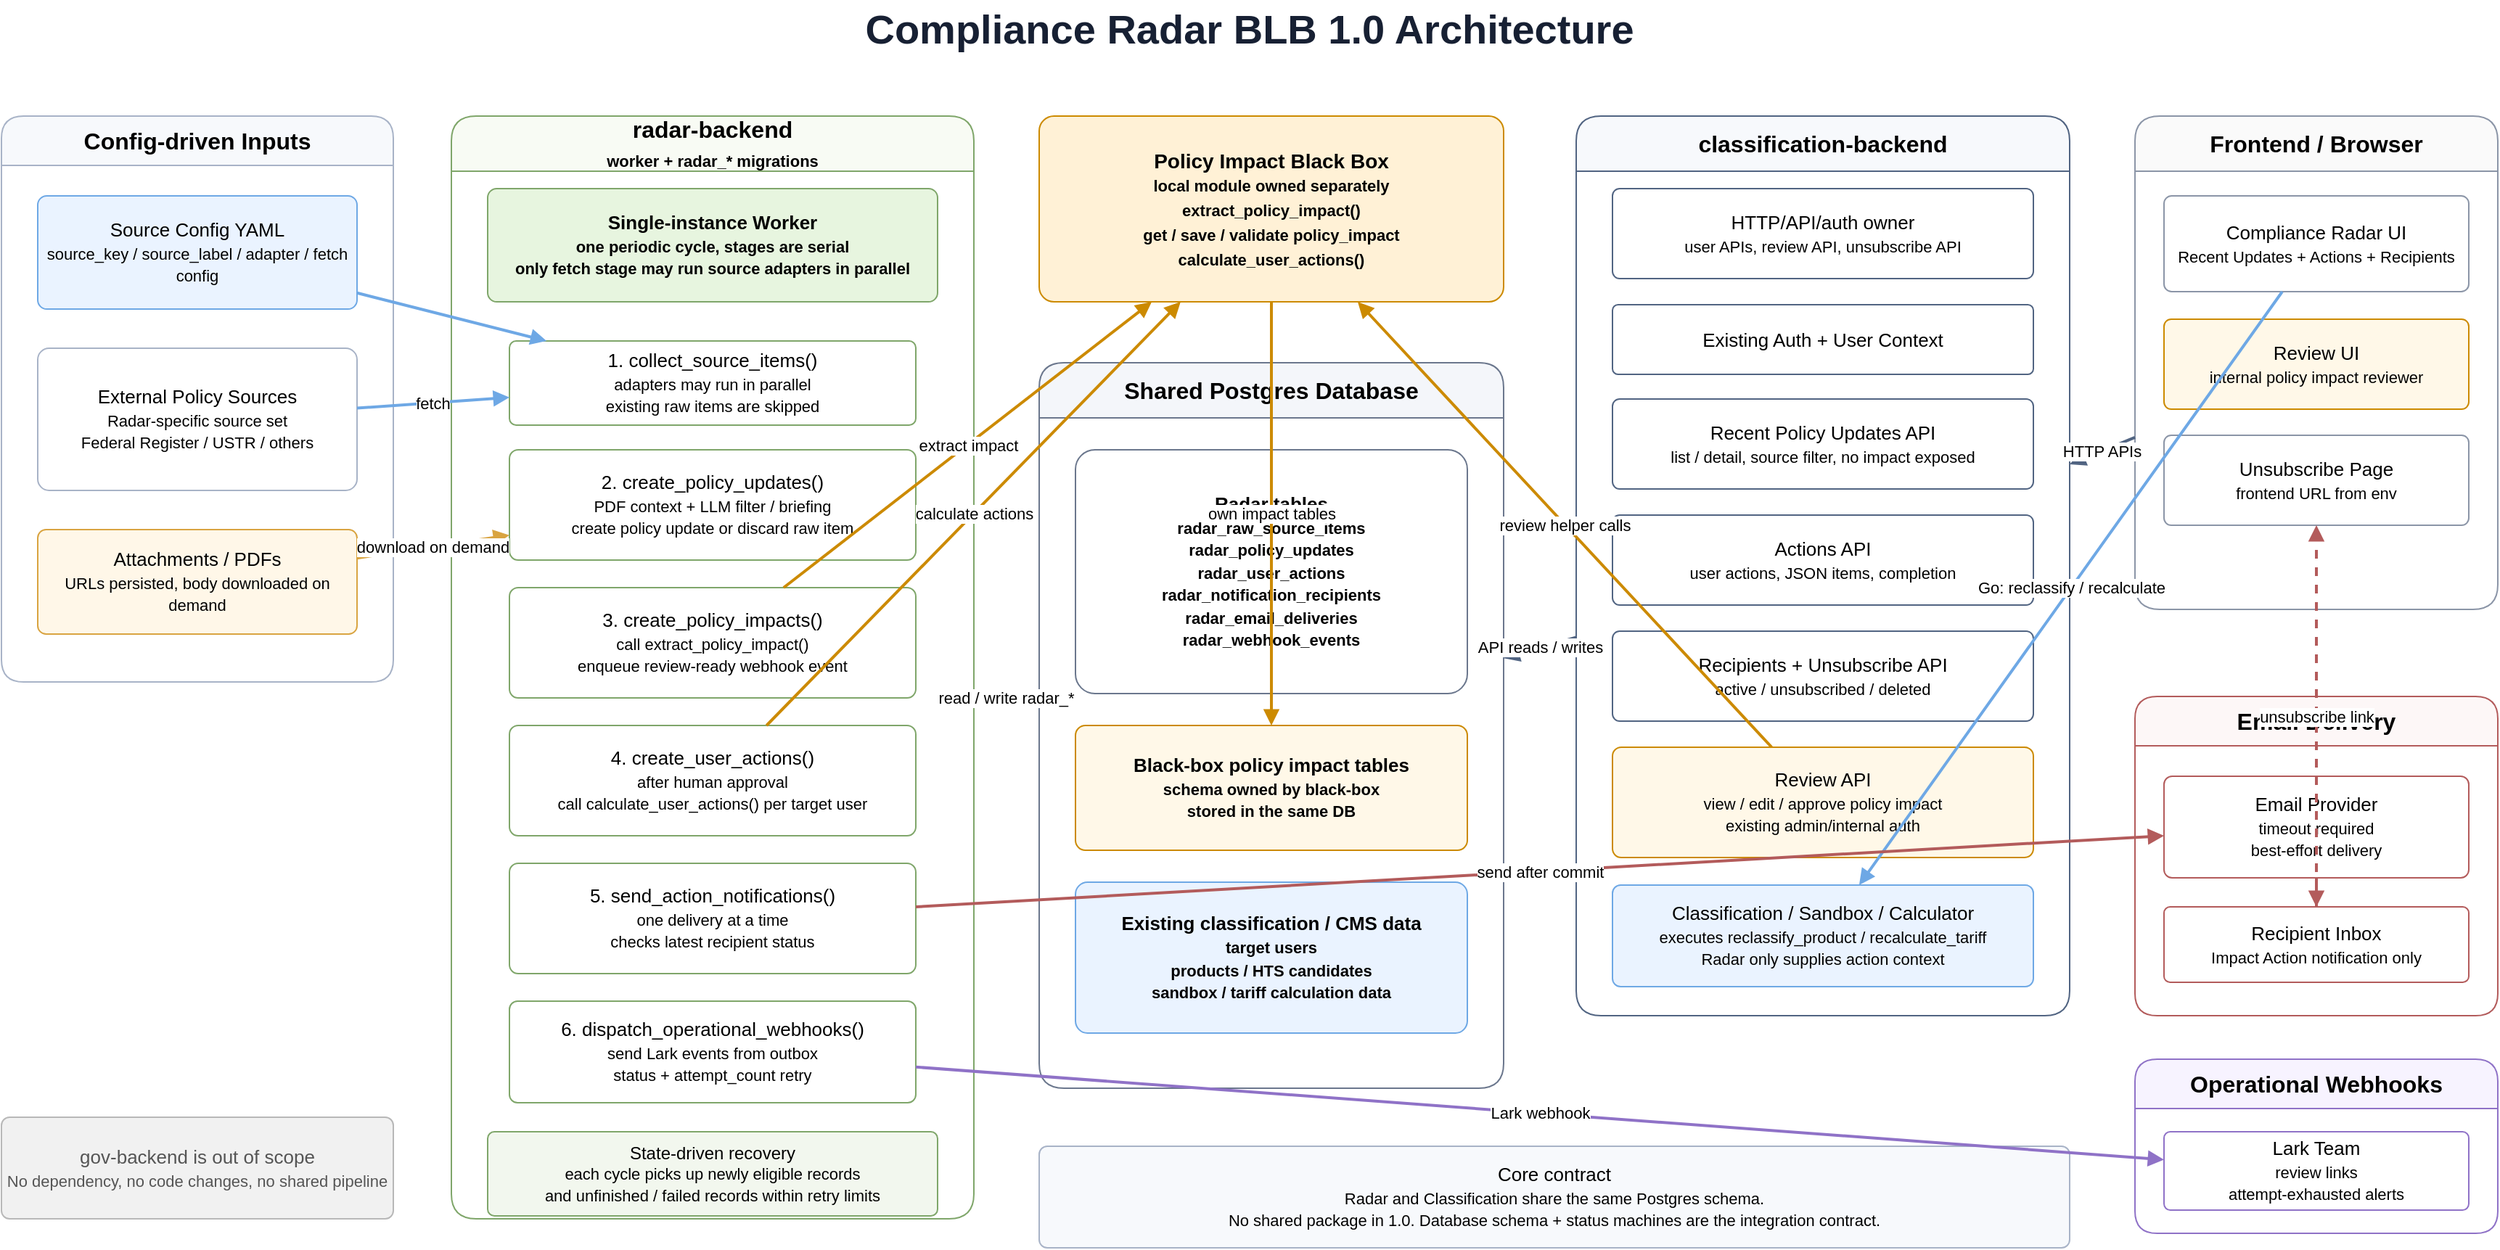
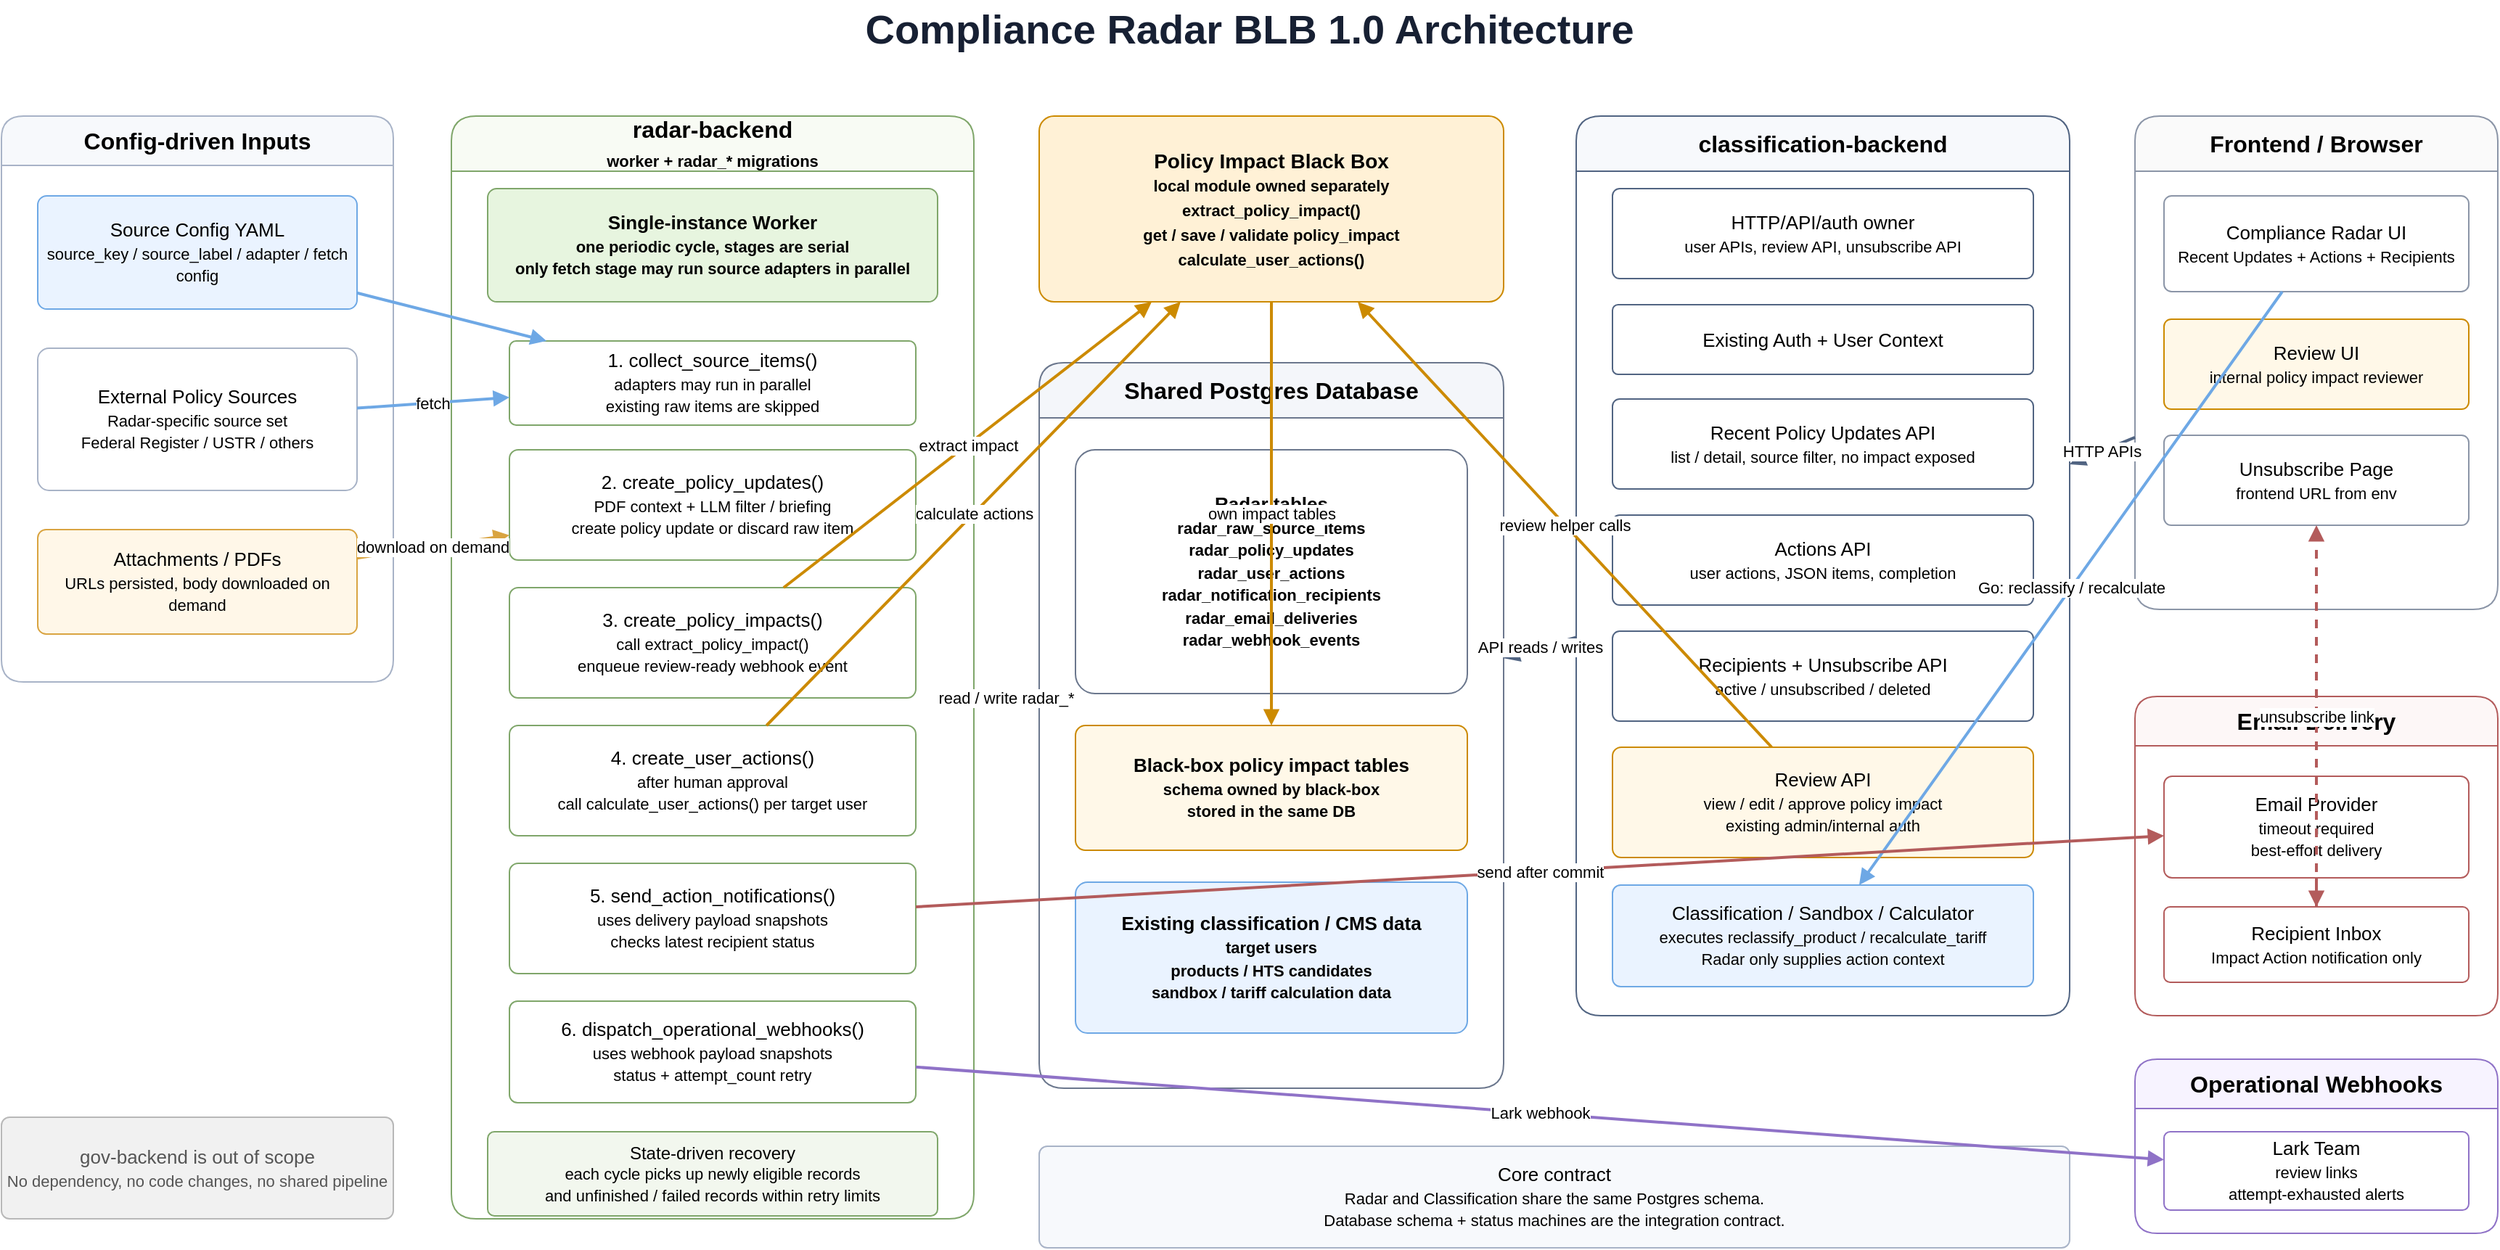
<mxfile host="app.diagrams.net" modified="2026-05-12T00:00:00.000Z" agent="Codex" version="24.7.17" type="device">
  <diagram id="compliance-radar-architecture" name="Compliance Radar Architecture">
    <mxGraphModel dx="1800" dy="1100" grid="1" gridSize="10" guides="1" tooltips="1" connect="1" arrows="1" fold="1" page="1" pageScale="1" pageWidth="1800" pageHeight="1100" math="0" shadow="0">
      <root>
        <mxCell id="0" />
        <mxCell id="1" parent="0" />

        <mxCell id="title" value="Compliance Radar BLB 1.0 Architecture" style="text;html=1;strokeColor=none;fillColor=none;align=center;verticalAlign=middle;whiteSpace=wrap;rounded=0;fontSize=28;fontStyle=1;fontColor=#172033;" vertex="1" parent="1">
          <mxGeometry x="40" y="20" width="1720" height="40" as="geometry" />
        </mxCell>

        <mxCell id="sourcesContainer" value="Config-driven Inputs" style="swimlane;html=1;startSize=34;rounded=1;whiteSpace=wrap;fillColor=#F7F9FC;strokeColor=#A8B3C7;fontSize=16;fontStyle=1;" vertex="1" parent="1">
          <mxGeometry x="40" y="100" width="270" height="390" as="geometry" />
        </mxCell>
        <mxCell id="sourceConfig" value="Source Config YAML&lt;br&gt;&lt;font style=&quot;font-size: 11px;&quot;&gt;source_key / source_label / adapter / fetch config&lt;/font&gt;" style="rounded=1;whiteSpace=wrap;html=1;arcSize=8;fillColor=#EAF3FF;strokeColor=#6EA8E5;fontSize=13;" vertex="1" parent="1">
          <mxGeometry x="65" y="155" width="220" height="78" as="geometry" />
        </mxCell>
        <mxCell id="externalSources" value="External Policy Sources&lt;br&gt;&lt;font style=&quot;font-size: 11px;&quot;&gt;Radar-specific source set&lt;br&gt;Federal Register / USTR / others&lt;/font&gt;" style="rounded=1;whiteSpace=wrap;html=1;arcSize=8;fillColor=#FFFFFF;strokeColor=#A8B3C7;fontSize=13;" vertex="1" parent="1">
          <mxGeometry x="65" y="260" width="220" height="98" as="geometry" />
        </mxCell>
        <mxCell id="attachments" value="Attachments / PDFs&lt;br&gt;&lt;font style=&quot;font-size: 11px;&quot;&gt;URLs persisted, body downloaded on demand&lt;/font&gt;" style="rounded=1;whiteSpace=wrap;html=1;arcSize=8;fillColor=#FFF7E8;strokeColor=#D9A441;fontSize=13;" vertex="1" parent="1">
          <mxGeometry x="65" y="385" width="220" height="72" as="geometry" />
        </mxCell>

        <mxCell id="radarContainer" value="radar-backend&lt;br&gt;&lt;font style=&quot;font-size: 11px;&quot;&gt;worker + radar_* migrations&lt;/font&gt;" style="swimlane;html=1;startSize=38;rounded=1;whiteSpace=wrap;fillColor=#F8FBF4;strokeColor=#7FA66A;fontSize=16;fontStyle=1;" vertex="1" parent="1">
          <mxGeometry x="350" y="100" width="360" height="760" as="geometry" />
        </mxCell>
        <mxCell id="singleWorker" value="Single-instance Worker&lt;br&gt;&lt;font style=&quot;font-size: 11px;&quot;&gt;one periodic cycle, stages are serial&lt;br&gt;only fetch stage may run source adapters in parallel&lt;/font&gt;" style="rounded=1;whiteSpace=wrap;html=1;arcSize=8;fillColor=#E7F5DF;strokeColor=#7FA66A;fontSize=13;fontStyle=1;" vertex="1" parent="1">
          <mxGeometry x="375" y="150" width="310" height="78" as="geometry" />
        </mxCell>
        <mxCell id="stageFetch" value="1. collect_source_items()&lt;br&gt;&lt;font style=&quot;font-size: 11px;&quot;&gt;adapters may run in parallel&lt;br&gt;existing raw items are skipped&lt;/font&gt;" style="rounded=1;whiteSpace=wrap;html=1;arcSize=8;fillColor=#FFFFFF;strokeColor=#7FA66A;fontSize=13;" vertex="1" parent="1">
          <mxGeometry x="390" y="255" width="280" height="58" as="geometry" />
        </mxCell>
        <mxCell id="stagePolicyUpdates" value="2. create_policy_updates()&lt;br&gt;&lt;font style=&quot;font-size: 11px;&quot;&gt;PDF context + LLM filter / briefing&lt;br&gt;create policy update or discard raw item&lt;/font&gt;" style="rounded=1;whiteSpace=wrap;html=1;arcSize=8;fillColor=#FFFFFF;strokeColor=#7FA66A;fontSize=13;" vertex="1" parent="1">
          <mxGeometry x="390" y="330" width="280" height="76" as="geometry" />
        </mxCell>
        <mxCell id="stageImpacts" value="3. create_policy_impacts()&lt;br&gt;&lt;font style=&quot;font-size: 11px;&quot;&gt;call extract_policy_impact()&lt;br&gt;enqueue review-ready webhook event&lt;/font&gt;" style="rounded=1;whiteSpace=wrap;html=1;arcSize=8;fillColor=#FFFFFF;strokeColor=#7FA66A;fontSize=13;" vertex="1" parent="1">
          <mxGeometry x="390" y="425" width="280" height="76" as="geometry" />
        </mxCell>
        <mxCell id="stageActions" value="4. create_user_actions()&lt;br&gt;&lt;font style=&quot;font-size: 11px;&quot;&gt;after human approval&lt;br&gt;call calculate_user_actions() per target user&lt;/font&gt;" style="rounded=1;whiteSpace=wrap;html=1;arcSize=8;fillColor=#FFFFFF;strokeColor=#7FA66A;fontSize=13;" vertex="1" parent="1">
          <mxGeometry x="390" y="520" width="280" height="76" as="geometry" />
        </mxCell>
-         <mxCell id="stageEmail" value="5. send_action_notifications()&lt;br&gt;&lt;font style=&quot;font-size: 11px;&quot;&gt;one delivery at a time&lt;br&gt;checks latest recipient status&lt;/font&gt;" style="rounded=1;whiteSpace=wrap;html=1;arcSize=8;fillColor=#FFFFFF;strokeColor=#7FA66A;fontSize=13;" vertex="1" parent="1">
+         <mxCell id="stageEmail" value="5. send_action_notifications()&lt;br&gt;&lt;font style=&quot;font-size: 11px;&quot;&gt;uses delivery payload snapshots&lt;br&gt;checks latest recipient status&lt;/font&gt;" style="rounded=1;whiteSpace=wrap;html=1;arcSize=8;fillColor=#FFFFFF;strokeColor=#7FA66A;fontSize=13;" vertex="1" parent="1">
          <mxGeometry x="390" y="615" width="280" height="76" as="geometry" />
        </mxCell>
-         <mxCell id="stageWebhooks" value="6. dispatch_operational_webhooks()&lt;br&gt;&lt;font style=&quot;font-size: 11px;&quot;&gt;send Lark events from outbox&lt;br&gt;status + attempt_count retry&lt;/font&gt;" style="rounded=1;whiteSpace=wrap;html=1;arcSize=8;fillColor=#FFFFFF;strokeColor=#7FA66A;fontSize=13;" vertex="1" parent="1">
+         <mxCell id="stageWebhooks" value="6. dispatch_operational_webhooks()&lt;br&gt;&lt;font style=&quot;font-size: 11px;&quot;&gt;uses webhook payload snapshots&lt;br&gt;status + attempt_count retry&lt;/font&gt;" style="rounded=1;whiteSpace=wrap;html=1;arcSize=8;fillColor=#FFFFFF;strokeColor=#7FA66A;fontSize=13;" vertex="1" parent="1">
          <mxGeometry x="390" y="710" width="280" height="70" as="geometry" />
        </mxCell>
        <mxCell id="stateDrivenRecovery" value="State-driven recovery&lt;br&gt;&lt;font style=&quot;font-size: 11px;&quot;&gt;each cycle picks up newly eligible records&lt;br&gt;and unfinished / failed records within retry limits&lt;/font&gt;" style="rounded=1;whiteSpace=wrap;html=1;arcSize=8;fillColor=#F2F7EE;strokeColor=#7FA66A;fontSize=12;" vertex="1" parent="1">
          <mxGeometry x="375" y="800" width="310" height="58" as="geometry" />
        </mxCell>

        <mxCell id="blackbox" value="Policy Impact Black Box&lt;br&gt;&lt;font style=&quot;font-size: 11px;&quot;&gt;local module owned separately&lt;br&gt;extract_policy_impact()&lt;br&gt;get / save / validate policy_impact&lt;br&gt;calculate_user_actions()&lt;/font&gt;" style="rounded=1;whiteSpace=wrap;html=1;arcSize=8;fillColor=#FFF1D6;strokeColor=#CC8A00;fontSize=14;fontStyle=1;" vertex="1" parent="1">
          <mxGeometry x="755" y="100" width="320" height="128" as="geometry" />
        </mxCell>

        <mxCell id="dbContainer" value="Shared Postgres Database" style="swimlane;html=1;startSize=38;rounded=1;whiteSpace=wrap;fillColor=#F4F6FA;strokeColor=#6B778D;fontSize=16;fontStyle=1;" vertex="1" parent="1">
          <mxGeometry x="755" y="270" width="320" height="500" as="geometry" />
        </mxCell>
        <mxCell id="radarTables" value="Radar tables&lt;br&gt;&lt;font style=&quot;font-size: 11px;&quot;&gt;radar_raw_source_items&lt;br&gt;radar_policy_updates&lt;br&gt;radar_user_actions&lt;br&gt;radar_notification_recipients&lt;br&gt;radar_email_deliveries&lt;br&gt;radar_webhook_events&lt;/font&gt;" style="rounded=1;whiteSpace=wrap;html=1;arcSize=8;fillColor=#FFFFFF;strokeColor=#6B778D;fontSize=13;fontStyle=1;" vertex="1" parent="1">
          <mxGeometry x="780" y="330" width="270" height="168" as="geometry" />
        </mxCell>
        <mxCell id="impactTables" value="Black-box policy impact tables&lt;br&gt;&lt;font style=&quot;font-size: 11px;&quot;&gt;schema owned by black-box&lt;br&gt;stored in the same DB&lt;/font&gt;" style="rounded=1;whiteSpace=wrap;html=1;arcSize=8;fillColor=#FFF8E8;strokeColor=#CC8A00;fontSize=13;fontStyle=1;" vertex="1" parent="1">
          <mxGeometry x="780" y="520" width="270" height="86" as="geometry" />
        </mxCell>
        <mxCell id="classificationTables" value="Existing classification / CMS data&lt;br&gt;&lt;font style=&quot;font-size: 11px;&quot;&gt;target users&lt;br&gt;products / HTS candidates&lt;br&gt;sandbox / tariff calculation data&lt;/font&gt;" style="rounded=1;whiteSpace=wrap;html=1;arcSize=8;fillColor=#EAF3FF;strokeColor=#6EA8E5;fontSize=13;fontStyle=1;" vertex="1" parent="1">
          <mxGeometry x="780" y="628" width="270" height="104" as="geometry" />
        </mxCell>

        <mxCell id="classificationContainer" value="classification-backend" style="swimlane;html=1;startSize=38;rounded=1;whiteSpace=wrap;fillColor=#F7F9FC;strokeColor=#516482;fontSize=16;fontStyle=1;" vertex="1" parent="1">
          <mxGeometry x="1125" y="100" width="340" height="620" as="geometry" />
        </mxCell>
        <mxCell id="migrationOwner" value="HTTP/API/auth owner&lt;br&gt;&lt;font style=&quot;font-size: 11px;&quot;&gt;user APIs, review API, unsubscribe API&lt;/font&gt;" style="rounded=1;whiteSpace=wrap;html=1;arcSize=8;fillColor=#FFFFFF;strokeColor=#516482;fontSize=13;" vertex="1" parent="1">
          <mxGeometry x="1150" y="150" width="290" height="62" as="geometry" />
        </mxCell>
        <mxCell id="authApi" value="Existing Auth + User Context" style="rounded=1;whiteSpace=wrap;html=1;arcSize=8;fillColor=#FFFFFF;strokeColor=#516482;fontSize=13;" vertex="1" parent="1">
          <mxGeometry x="1150" y="230" width="290" height="48" as="geometry" />
        </mxCell>
        <mxCell id="recentApi" value="Recent Policy Updates API&lt;br&gt;&lt;font style=&quot;font-size: 11px;&quot;&gt;list / detail, source filter, no impact exposed&lt;/font&gt;" style="rounded=1;whiteSpace=wrap;html=1;arcSize=8;fillColor=#FFFFFF;strokeColor=#516482;fontSize=13;" vertex="1" parent="1">
          <mxGeometry x="1150" y="295" width="290" height="62" as="geometry" />
        </mxCell>
        <mxCell id="actionApi" value="Actions API&lt;br&gt;&lt;font style=&quot;font-size: 11px;&quot;&gt;user actions, JSON items, completion&lt;/font&gt;" style="rounded=1;whiteSpace=wrap;html=1;arcSize=8;fillColor=#FFFFFF;strokeColor=#516482;fontSize=13;" vertex="1" parent="1">
          <mxGeometry x="1150" y="375" width="290" height="62" as="geometry" />
        </mxCell>
        <mxCell id="recipientApi" value="Recipients + Unsubscribe API&lt;br&gt;&lt;font style=&quot;font-size: 11px;&quot;&gt;active / unsubscribed / deleted&lt;/font&gt;" style="rounded=1;whiteSpace=wrap;html=1;arcSize=8;fillColor=#FFFFFF;strokeColor=#516482;fontSize=13;" vertex="1" parent="1">
          <mxGeometry x="1150" y="455" width="290" height="62" as="geometry" />
        </mxCell>
        <mxCell id="reviewApi" value="Review API&lt;br&gt;&lt;font style=&quot;font-size: 11px;&quot;&gt;view / edit / approve policy impact&lt;br&gt;existing admin/internal auth&lt;/font&gt;" style="rounded=1;whiteSpace=wrap;html=1;arcSize=8;fillColor=#FFF8E8;strokeColor=#CC8A00;fontSize=13;" vertex="1" parent="1">
          <mxGeometry x="1150" y="535" width="290" height="76" as="geometry" />
        </mxCell>
        <mxCell id="executionApi" value="Classification / Sandbox / Calculator&lt;br&gt;&lt;font style=&quot;font-size: 11px;&quot;&gt;executes reclassify_product / recalculate_tariff&lt;br&gt;Radar only supplies action context&lt;/font&gt;" style="rounded=1;whiteSpace=wrap;html=1;arcSize=8;fillColor=#EAF3FF;strokeColor=#6EA8E5;fontSize=13;" vertex="1" parent="1">
          <mxGeometry x="1150" y="630" width="290" height="70" as="geometry" />
        </mxCell>

        <mxCell id="frontendContainer" value="Frontend / Browser" style="swimlane;html=1;startSize=38;rounded=1;whiteSpace=wrap;fillColor=#FAFAFA;strokeColor=#8B95A7;fontSize=16;fontStyle=1;" vertex="1" parent="1">
          <mxGeometry x="1510" y="100" width="250" height="340" as="geometry" />
        </mxCell>
        <mxCell id="radarUi" value="Compliance Radar UI&lt;br&gt;&lt;font style=&quot;font-size: 11px;&quot;&gt;Recent Updates + Actions + Recipients&lt;/font&gt;" style="rounded=1;whiteSpace=wrap;html=1;arcSize=8;fillColor=#FFFFFF;strokeColor=#8B95A7;fontSize=13;" vertex="1" parent="1">
          <mxGeometry x="1530" y="155" width="210" height="66" as="geometry" />
        </mxCell>
        <mxCell id="reviewUi" value="Review UI&lt;br&gt;&lt;font style=&quot;font-size: 11px;&quot;&gt;internal policy impact reviewer&lt;/font&gt;" style="rounded=1;whiteSpace=wrap;html=1;arcSize=8;fillColor=#FFF8E8;strokeColor=#CC8A00;fontSize=13;" vertex="1" parent="1">
          <mxGeometry x="1530" y="240" width="210" height="62" as="geometry" />
        </mxCell>
        <mxCell id="unsubscribePage" value="Unsubscribe Page&lt;br&gt;&lt;font style=&quot;font-size: 11px;&quot;&gt;frontend URL from env&lt;/font&gt;" style="rounded=1;whiteSpace=wrap;html=1;arcSize=8;fillColor=#FFFFFF;strokeColor=#8B95A7;fontSize=13;" vertex="1" parent="1">
          <mxGeometry x="1530" y="320" width="210" height="62" as="geometry" />
        </mxCell>

        <mxCell id="emailContainer" value="Email Delivery" style="swimlane;html=1;startSize=34;rounded=1;whiteSpace=wrap;fillColor=#FDF7F7;strokeColor=#B35B5B;fontSize=16;fontStyle=1;" vertex="1" parent="1">
          <mxGeometry x="1510" y="500" width="250" height="220" as="geometry" />
        </mxCell>
        <mxCell id="emailProvider" value="Email Provider&lt;br&gt;&lt;font style=&quot;font-size: 11px;&quot;&gt;timeout required&lt;br&gt;best-effort delivery&lt;/font&gt;" style="rounded=1;whiteSpace=wrap;html=1;arcSize=8;fillColor=#FFFFFF;strokeColor=#B35B5B;fontSize=13;" vertex="1" parent="1">
          <mxGeometry x="1530" y="555" width="210" height="70" as="geometry" />
        </mxCell>
        <mxCell id="recipientInbox" value="Recipient Inbox&lt;br&gt;&lt;font style=&quot;font-size: 11px;&quot;&gt;Impact Action notification only&lt;/font&gt;" style="rounded=1;whiteSpace=wrap;html=1;arcSize=8;fillColor=#FFFFFF;strokeColor=#B35B5B;fontSize=13;" vertex="1" parent="1">
          <mxGeometry x="1530" y="645" width="210" height="52" as="geometry" />
        </mxCell>

        <mxCell id="opsContainer" value="Operational Webhooks" style="swimlane;html=1;startSize=34;rounded=1;whiteSpace=wrap;fillColor=#F7F3FF;strokeColor=#8F72C7;fontSize=16;fontStyle=1;" vertex="1" parent="1">
          <mxGeometry x="1510" y="750" width="250" height="120" as="geometry" />
        </mxCell>
        <mxCell id="larkTeam" value="Lark Team&lt;br&gt;&lt;font style=&quot;font-size: 11px;&quot;&gt;review links&lt;br&gt;attempt-exhausted alerts&lt;/font&gt;" style="rounded=1;whiteSpace=wrap;html=1;arcSize=8;fillColor=#FFFFFF;strokeColor=#8F72C7;fontSize=13;" vertex="1" parent="1">
          <mxGeometry x="1530" y="800" width="210" height="54" as="geometry" />
        </mxCell>

        <mxCell id="notGov" value="gov-backend is out of scope&lt;br&gt;&lt;font style=&quot;font-size: 11px;&quot;&gt;No dependency, no code changes, no shared pipeline&lt;/font&gt;" style="rounded=1;whiteSpace=wrap;html=1;arcSize=8;fillColor=#F1F1F1;strokeColor=#B8B8B8;fontSize=13;fontColor=#555555;" vertex="1" parent="1">
          <mxGeometry x="40" y="790" width="270" height="70" as="geometry" />
        </mxCell>

-         <mxCell id="legend" value="Core contract&lt;br&gt;&lt;font style=&quot;font-size: 11px;&quot;&gt;Radar and Classification share the same Postgres schema.&lt;br&gt;No shared package in 1.0. Database schema + status machines are the integration contract.&lt;/font&gt;" style="rounded=1;whiteSpace=wrap;html=1;arcSize=8;fillColor=#F7F9FC;strokeColor=#A8B3C7;fontSize=13;" vertex="1" parent="1">
+         <mxCell id="legend" value="Core contract&lt;br&gt;&lt;font style=&quot;font-size: 11px;&quot;&gt;Radar and Classification share the same Postgres schema.&lt;br&gt;Database schema + status machines are the integration contract.&lt;/font&gt;" style="rounded=1;whiteSpace=wrap;html=1;arcSize=8;fillColor=#F7F9FC;strokeColor=#A8B3C7;fontSize=13;" vertex="1" parent="1">
          <mxGeometry x="755" y="810" width="710" height="70" as="geometry" />
        </mxCell>

        <mxCell id="eConfigFetch" value="" style="endArrow=block;html=1;rounded=0;strokeWidth=2;strokeColor=#6EA8E5;" edge="1" parent="1" source="sourceConfig" target="stageFetch">
          <mxGeometry relative="1" as="geometry" />
        </mxCell>
        <mxCell id="eSourcesFetch" value="fetch" style="endArrow=block;html=1;rounded=0;strokeWidth=2;strokeColor=#6EA8E5;fontSize=11;" edge="1" parent="1" source="externalSources" target="stageFetch">
          <mxGeometry relative="1" as="geometry" />
        </mxCell>
        <mxCell id="ePdfsProcess" value="download on demand" style="endArrow=block;html=1;rounded=0;strokeWidth=2;strokeColor=#D9A441;fontSize=11;" edge="1" parent="1" source="attachments" target="stagePolicyUpdates">
          <mxGeometry relative="1" as="geometry" />
        </mxCell>

        <mxCell id="eWorkerDb" value="read / write radar_*" style="endArrow=block;html=1;rounded=0;strokeWidth=2;strokeColor=#5B7F4D;fontSize=11;" edge="1" parent="1" source="radarContainer" target="dbContainer">
          <mxGeometry relative="1" as="geometry" />
        </mxCell>
        <mxCell id="eWorkerBlackbox" value="extract impact" style="endArrow=block;html=1;rounded=0;strokeWidth=2;strokeColor=#CC8A00;fontSize=11;" edge="1" parent="1" source="stageImpacts" target="blackbox">
          <mxGeometry relative="1" as="geometry" />
        </mxCell>
        <mxCell id="eActionsBlackbox" value="calculate actions" style="endArrow=block;html=1;rounded=0;strokeWidth=2;strokeColor=#CC8A00;fontSize=11;" edge="1" parent="1" source="stageActions" target="blackbox">
          <mxGeometry relative="1" as="geometry">
            <mxPoint x="725" y="615" as="targetPoint" />
          </mxGeometry>
        </mxCell>
        <mxCell id="eOpsWebhook" value="Lark webhook" style="endArrow=block;html=1;rounded=0;strokeWidth=2;strokeColor=#8F72C7;fontSize=11;" edge="1" parent="1" source="stageWebhooks" target="larkTeam">
          <mxGeometry relative="1" as="geometry" />
        </mxCell>
        <mxCell id="eBlackboxDb" value="own impact tables" style="endArrow=block;html=1;rounded=0;strokeWidth=2;strokeColor=#CC8A00;fontSize=11;" edge="1" parent="1" source="blackbox" target="impactTables">
          <mxGeometry relative="1" as="geometry" />
        </mxCell>

        <mxCell id="eClassDb" value="API reads / writes" style="endArrow=block;html=1;rounded=0;strokeWidth=2;strokeColor=#516482;fontSize=11;" edge="1" parent="1" source="classificationContainer" target="dbContainer">
          <mxGeometry relative="1" as="geometry" />
        </mxCell>
        <mxCell id="eReviewBlackbox" value="review helper calls" style="endArrow=block;html=1;rounded=0;strokeWidth=2;strokeColor=#CC8A00;fontSize=11;" edge="1" parent="1" source="reviewApi" target="blackbox">
          <mxGeometry relative="1" as="geometry" />
        </mxCell>

        <mxCell id="eFrontendBackend" value="HTTP APIs" style="endArrow=block;html=1;rounded=0;strokeWidth=2;strokeColor=#516482;fontSize=11;" edge="1" parent="1" source="frontendContainer" target="classificationContainer">
          <mxGeometry relative="1" as="geometry" />
        </mxCell>
        <mxCell id="eGoExecute" value="Go: reclassify / recalculate" style="endArrow=block;html=1;rounded=0;strokeWidth=2;strokeColor=#6EA8E5;fontSize=11;" edge="1" parent="1" source="radarUi" target="executionApi">
          <mxGeometry relative="1" as="geometry" />
        </mxCell>
        <mxCell id="eEmailProvider" value="send after commit" style="endArrow=block;html=1;rounded=0;strokeWidth=2;strokeColor=#B35B5B;fontSize=11;" edge="1" parent="1" source="stageEmail" target="emailProvider">
          <mxGeometry relative="1" as="geometry" />
        </mxCell>
        <mxCell id="eProviderInbox" value="" style="endArrow=block;html=1;rounded=0;strokeWidth=2;strokeColor=#B35B5B;" edge="1" parent="1" source="emailProvider" target="recipientInbox">
          <mxGeometry relative="1" as="geometry" />
        </mxCell>
        <mxCell id="eUnsubscribe" value="unsubscribe link" style="endArrow=block;html=1;rounded=0;strokeWidth=2;strokeColor=#B35B5B;fontSize=11;dashed=1;" edge="1" parent="1" source="recipientInbox" target="unsubscribePage">
          <mxGeometry relative="1" as="geometry" />
        </mxCell>
      </root>
    </mxGraphModel>
  </diagram>
</mxfile>
